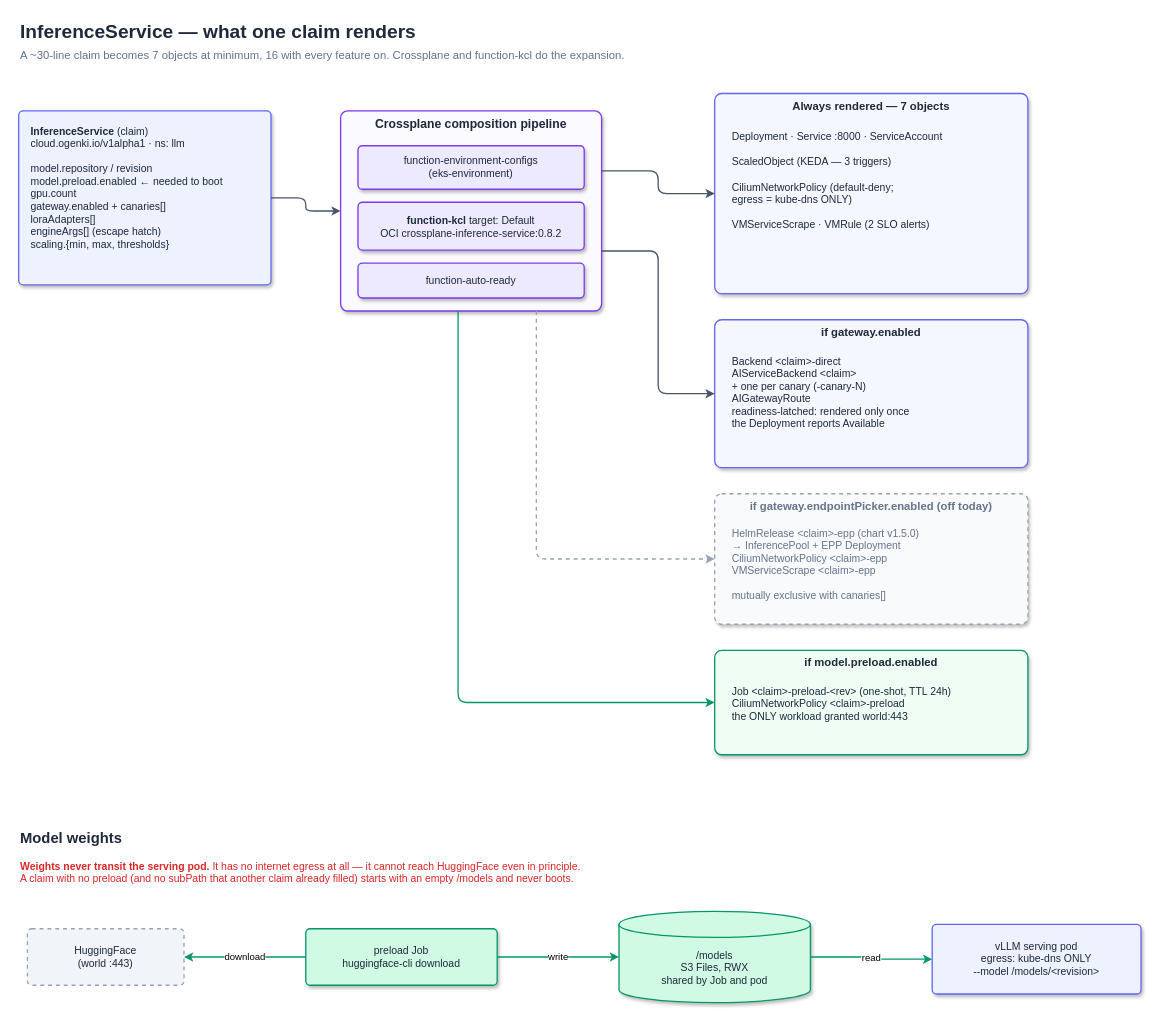
Above: page "2 — One claim, rendered" (2 of 3) of docs/architecture/llm-platform.drawio in Smana/cloud-native-ref (draw.io), before the change. Source tidied: cells renumbered, new cells numbered last; positions are measured from the earlier drawing's top-left corner, leaving out a move shared by most shapes. Both pictures are drawn from the tidied source at 87%, with x=0, y=0 at pixel (18, 15).
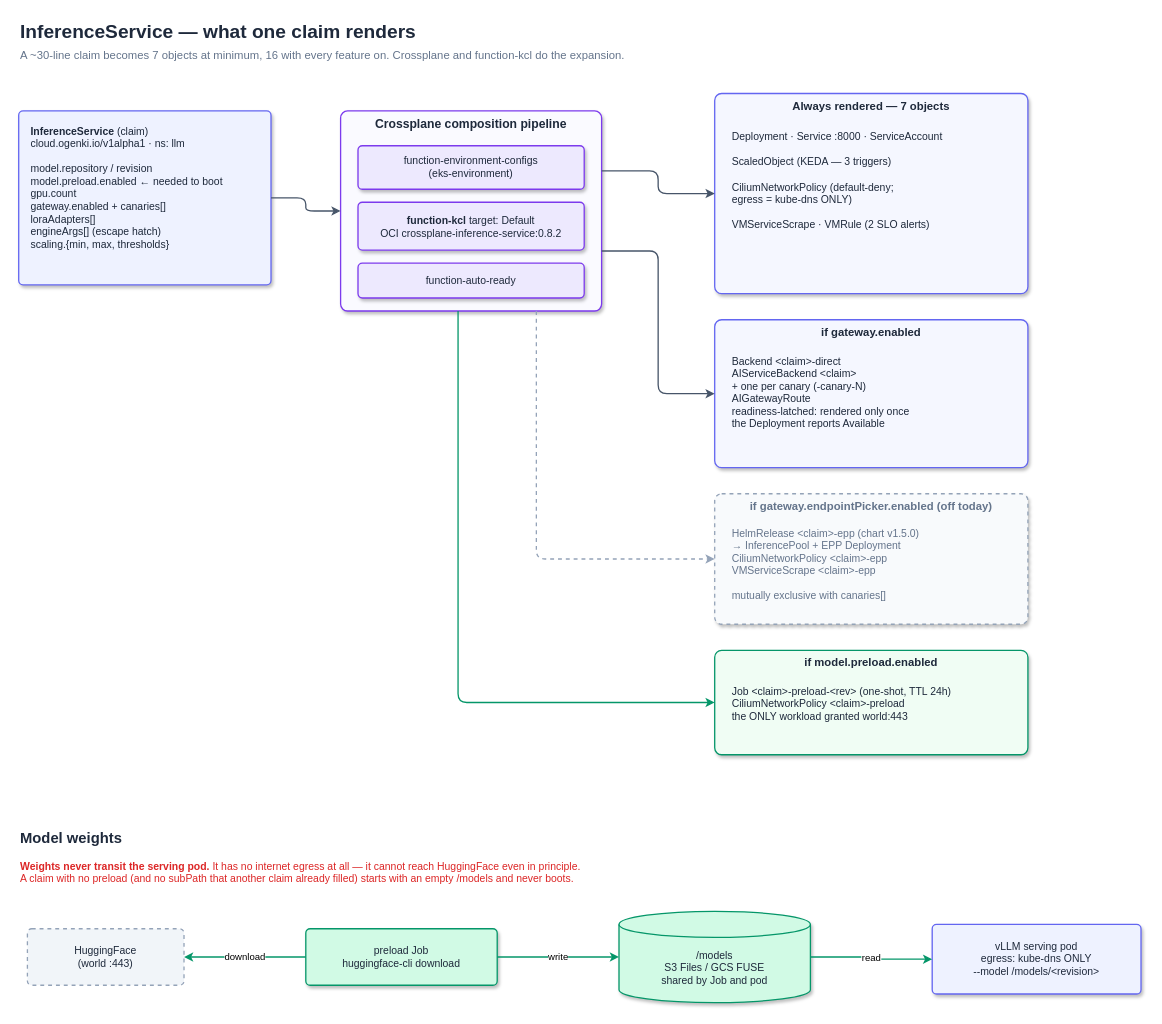
The same diagram, later.

What changed in the source:
```diff
@@
-    <mxCell id="21" value="/models&#10;S3 Files, RWX&#10;shared by Job and pod" style="shape=cylinder3;boundedLbl=1;backgroundOutline=1;shadow=1;whiteSpace=wrap;html=1;fillColor=#D1FAE5;strokeColor=#059669;strokeWidth=1.5;fontColor=#1E293B;fontFamily=Helvetica;fontSize=12;" parent="1" vertex="1">
+    <mxCell id="21" value="/models&#10;S3 Files / GCS FUSE&#10;shared by Job and pod" style="shape=cylinder3;boundedLbl=1;backgroundOutline=1;shadow=1;whiteSpace=wrap;html=1;fillColor=#D1FAE5;strokeColor=#059669;strokeWidth=1.5;fontColor=#1E293B;fontFamily=Helvetica;fontSize=12;" parent="1" vertex="1">
       <mxGeometry x="690" y="1030" width="220" height="105" as="geometry" />
     </mxCell>
```
